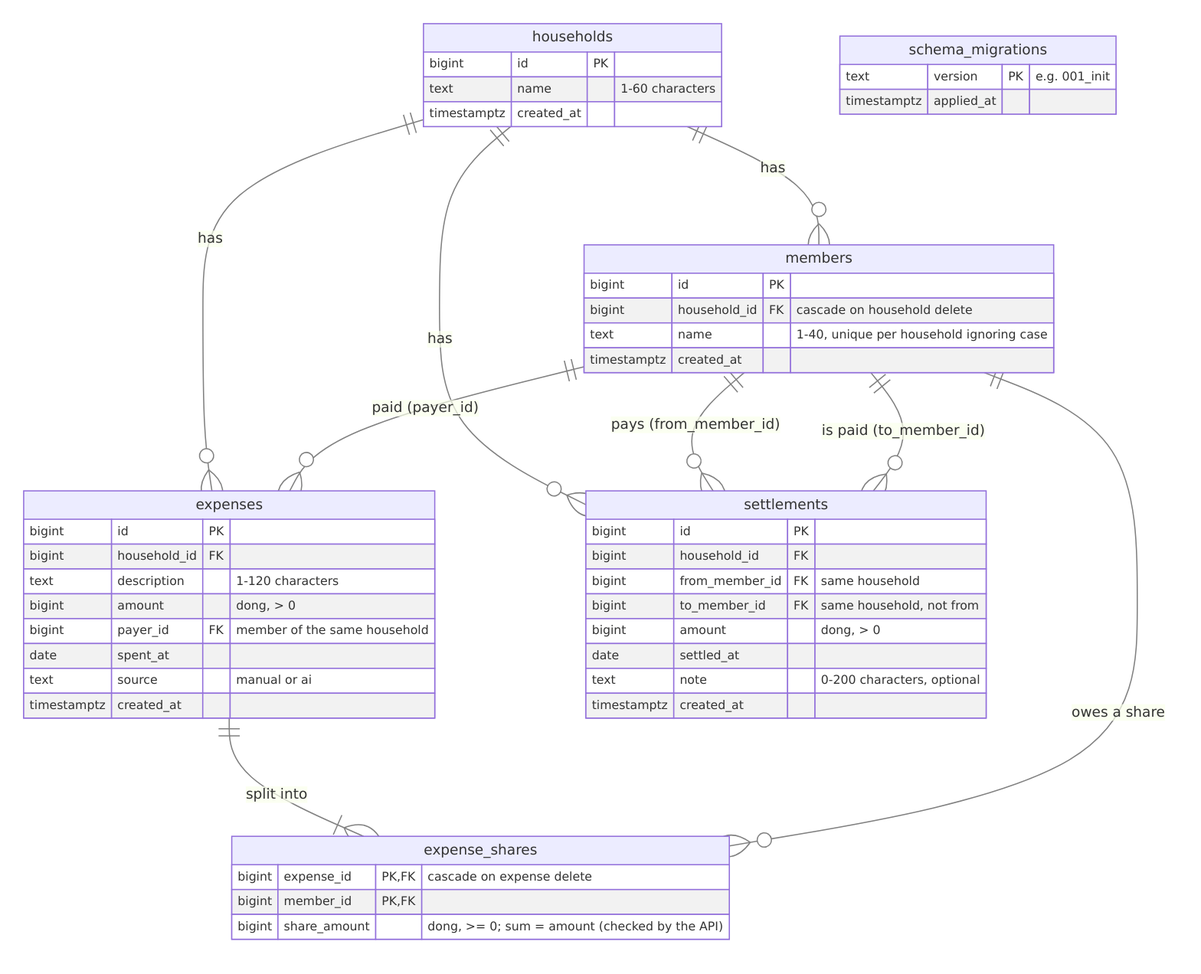
NeitLN/Fair-Share keeps this Mermaid diagram as docs/diagrams/er.png. Above is the earlier version. Its source is kept beside it as docs/diagrams/er.mmd.
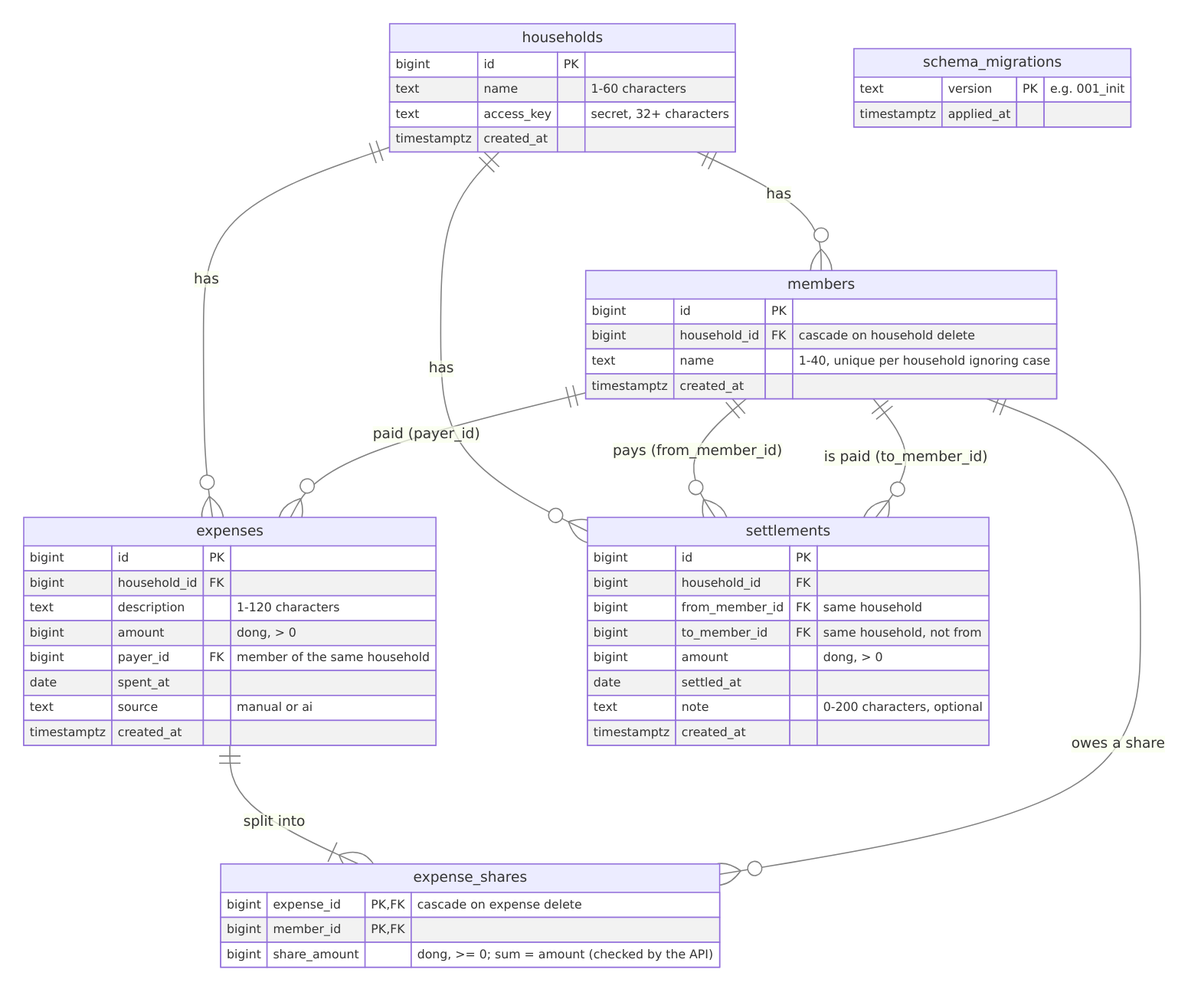
Later version of the same file.

Change to the diagram source:
```diff
@@ -11,6 +11,7 @@
     households {
         bigint id PK
         text name "1-60 characters"
+        text access_key "secret, 32+ characters"
         timestamptz created_at
     }
     members {
```
